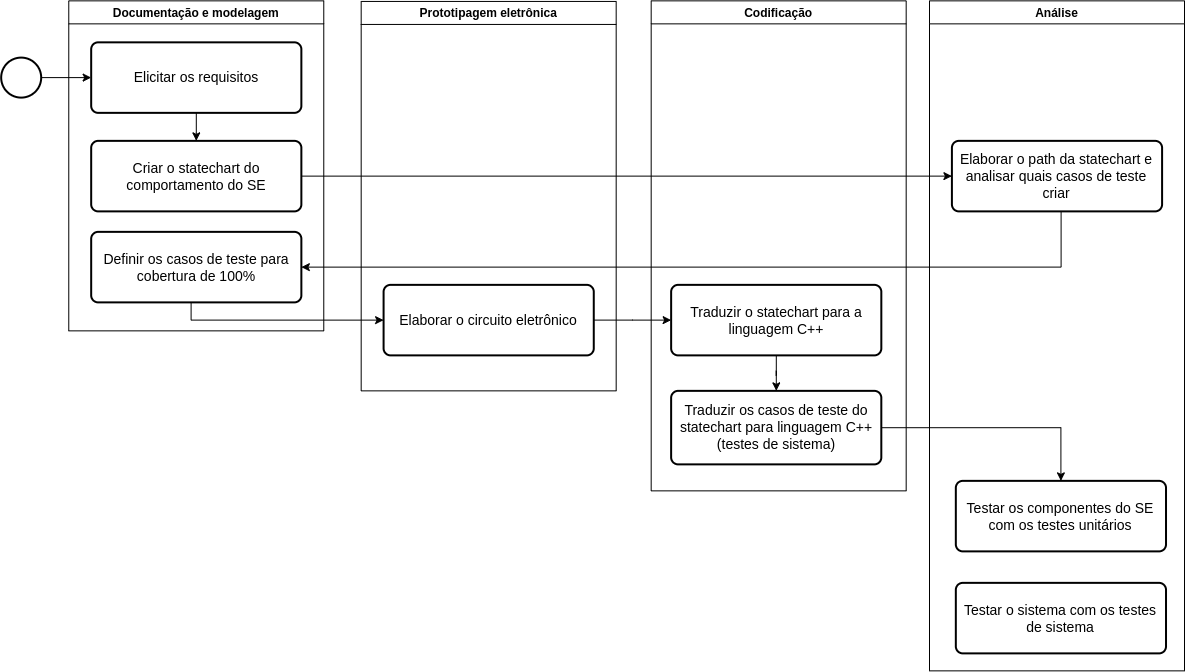
This is assets/metodologia-guimaraes.png from guimaraaes/cutes, a draw.io export, as it was before one commit. Source tidied: cells renumbered, new cells last; positions are measured from the earlier drawing's top-left corner, leaving out a move shared by most shapes.
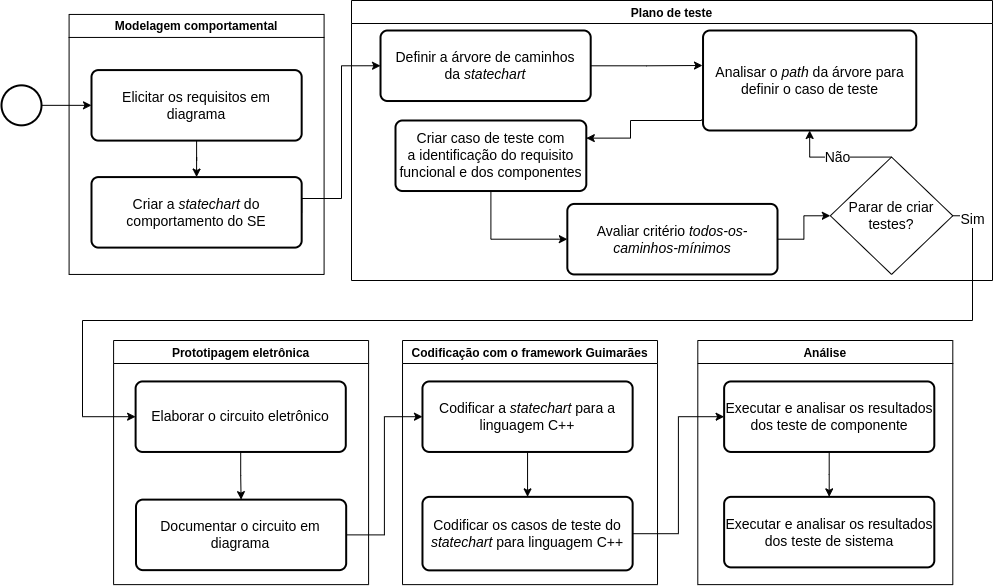
After the commit.

Change to the diagram source:
```diff
@@ -2,79 +2,133 @@
   <root>
     <mxCell id="0" />
     <mxCell id="1" parent="0" />
-    <mxCell id="2" style="edgeStyle=orthogonalEdgeStyle;rounded=0;jettySize=auto;html=1;entryX=0;entryY=0.5;entryDx=0;entryDy=0;" parent="1" edge="1" source="3" target="11">
+    <mxCell id="2" style="edgeStyle=orthogonalEdgeStyle;rounded=0;jettySize=auto;html=1;entryX=0;entryY=0.5;entryDx=0;entryDy=0;" parent="1" edge="1" source="3" target="9">
       <mxGeometry relative="1" as="geometry" />
     </mxCell>
     <mxCell id="3" style="strokeWidth=2;html=1;shape=mxgraph.flowchart.start_2;whiteSpace=wrap;fontSize=14;" parent="1" vertex="1">
       <mxGeometry x="-0.3" y="57.1" width="40" height="40" as="geometry" />
     </mxCell>
-    <mxCell id="4" value="Testar os componentes do SE com os testes unitários" style="rounded=1;whiteSpace=wrap;html=1;absoluteArcSize=1;arcSize=14;strokeWidth=2;fontSize=14;" parent="1" vertex="1">
-      <mxGeometry x="954.3" y="480.4" width="210.2" height="70.5" as="geometry" />
+    <mxCell id="4" style="edgeStyle=orthogonalEdgeStyle;rounded=0;jettySize=auto;html=1;entryX=0;entryY=0.5;entryDx=0;entryDy=0;" parent="1" edge="1" source="5" target="14">
+      <mxGeometry relative="1" as="geometry" />
     </mxCell>
-    <mxCell id="5" style="edgeStyle=orthogonalEdgeStyle;rounded=0;jettySize=auto;html=1;entryX=0.5;entryY=0;entryDx=0;entryDy=0;" parent="1" edge="1" source="6" target="4">
-      <mxGeometry relative="1" as="geometry" />
+    <mxCell id="5" value="Codificar&amp;nbsp;os casos de teste do &lt;i&gt;statechart&lt;/i&gt; para linguagem C++" style="rounded=1;whiteSpace=wrap;html=1;absoluteArcSize=1;arcSize=14;strokeWidth=2;fontSize=14;" parent="1" vertex="1">
+      <mxGeometry x="420.7" y="468.7" width="210.2" height="73.5" as="geometry" />
     </mxCell>
-    <mxCell id="6" value="Traduzir os casos de teste do statechart para linguagem C++ (testes de sistema)" style="rounded=1;whiteSpace=wrap;html=1;absoluteArcSize=1;arcSize=14;strokeWidth=2;fontSize=14;" parent="1" vertex="1">
-      <mxGeometry x="669.6" y="390.4" width="210.2" height="73.5" as="geometry" />
+    <mxCell id="6" style="edgeStyle=orthogonalEdgeStyle;rounded=0;jettySize=auto;html=1;" parent="1" edge="1" source="12" target="5">
+      <mxGeometry relative="1" as="geometry" />
     </mxCell>
-    <mxCell id="7" style="edgeStyle=orthogonalEdgeStyle;rounded=0;jettySize=auto;html=1;" parent="1" edge="1" source="8" target="6">
-      <mxGeometry relative="1" as="geometry" />
+    <mxCell id="7" value="Modelagem comportamental" style="swimlane;fontColor=none;" parent="1" vertex="1">
+      <mxGeometry x="67.3" y="-13.8" width="255" height="260" as="geometry" />
     </mxCell>
-    <mxCell id="8" value="Traduzir o statechart para a linguagem C++" style="rounded=1;whiteSpace=wrap;html=1;absoluteArcSize=1;arcSize=14;strokeWidth=2;fontSize=14;" parent="1" vertex="1">
-      <mxGeometry x="669.6" y="284.4" width="210.2" height="70.5" as="geometry" />
+    <mxCell id="8" style="edgeStyle=orthogonalEdgeStyle;rounded=0;jettySize=auto;html=1;entryX=0.5;entryY=0;entryDx=0;entryDy=0;" parent="7" edge="1" source="9" target="10">
+      <mxGeometry relative="1" as="geometry" />
     </mxCell>
-    <mxCell id="9" value="Documentação e modelagem" style="swimlane;fontColor=none;" parent="1" vertex="1">
-      <mxGeometry x="67.3" y="0.4" width="255" height="330" as="geometry" />
+    <mxCell id="9" value="&lt;font style=&quot;font-size: 14px;&quot;&gt;Elicitar os requisitos em diagrama&lt;/font&gt;" style="rounded=1;whiteSpace=wrap;html=1;absoluteArcSize=1;arcSize=14;strokeWidth=2;fontSize=14;" parent="7" vertex="1">
+      <mxGeometry x="22.4" y="55.6" width="210.2" height="70.5" as="geometry" />
     </mxCell>
-    <mxCell id="10" style="edgeStyle=orthogonalEdgeStyle;rounded=0;jettySize=auto;html=1;entryX=0.5;entryY=0;entryDx=0;entryDy=0;" parent="9" edge="1" source="11" target="12">
-      <mxGeometry relative="1" as="geometry" />
+    <mxCell id="10" value="Criar a&amp;nbsp;&lt;i&gt;statechart&lt;/i&gt; do comportamento do SE" style="rounded=1;whiteSpace=wrap;html=1;absoluteArcSize=1;arcSize=14;strokeWidth=2;fontSize=14;" parent="7" vertex="1">
+      <mxGeometry x="22.4" y="162.6" width="210.2" height="70.5" as="geometry" />
     </mxCell>
-    <mxCell id="11" value="&lt;font style=&quot;font-size: 14px;&quot;&gt;Elicitar os requisitos&lt;/font&gt;" style="rounded=1;whiteSpace=wrap;html=1;absoluteArcSize=1;arcSize=14;strokeWidth=2;fontSize=14;" parent="9" vertex="1">
-      <mxGeometry x="22.4" y="41.5" width="210.2" height="70.5" as="geometry" />
+    <mxCell id="11" value="Codificação com o framework Guimarães" style="swimlane;fontColor=none;startSize=23;" parent="1" vertex="1">
+      <mxGeometry x="400.7" y="312.3" width="255" height="244.1" as="geometry" />
     </mxCell>
-    <mxCell id="12" value="Criar o statechart do comportamento do SE" style="rounded=1;whiteSpace=wrap;html=1;absoluteArcSize=1;arcSize=14;strokeWidth=2;fontSize=14;" parent="9" vertex="1">
-      <mxGeometry x="22.4" y="140" width="210.2" height="70.5" as="geometry" />
+    <mxCell id="12" value="Codificar a&amp;nbsp;&lt;i&gt;statechart&lt;/i&gt; para a linguagem C++" style="rounded=1;whiteSpace=wrap;html=1;absoluteArcSize=1;arcSize=14;strokeWidth=2;fontSize=14;" parent="11" vertex="1">
+      <mxGeometry x="19.9" y="40.9" width="210.2" height="70.5" as="geometry" />
     </mxCell>
-    <mxCell id="13" value="Definir os casos de teste para cobertura de 100%" style="rounded=1;whiteSpace=wrap;html=1;absoluteArcSize=1;arcSize=14;strokeWidth=2;fontSize=14;" parent="9" vertex="1">
-      <mxGeometry x="22.4" y="231" width="210.2" height="70.5" as="geometry" />
+    <mxCell id="13" value="Análise" style="swimlane;fontColor=none;startSize=23;" parent="1" vertex="1">
+      <mxGeometry x="696" y="312.3" width="255" height="244.1" as="geometry" />
     </mxCell>
-    <mxCell id="14" value="Codificação" style="swimlane;fontColor=none;startSize=23;" parent="1" vertex="1">
-      <mxGeometry x="649.7" y="0.4" width="255" height="490" as="geometry" />
+    <mxCell id="14" value="Executar e analisar os resultados dos teste de componente" style="rounded=1;whiteSpace=wrap;html=1;absoluteArcSize=1;arcSize=14;strokeWidth=2;fontSize=14;" parent="13" vertex="1">
+      <mxGeometry x="26.3" y="40.9" width="210.2" height="70.5" as="geometry" />
     </mxCell>
-    <mxCell id="15" value="Análise" style="swimlane;fontColor=none;startSize=23;" parent="1" vertex="1">
-      <mxGeometry x="928" y="0.4" width="255" height="670" as="geometry" />
+    <mxCell id="15" value="Executar e analisar os resultados dos teste de sistema" style="rounded=1;whiteSpace=wrap;html=1;absoluteArcSize=1;arcSize=14;strokeWidth=2;fontSize=14;" parent="13" vertex="1">
+      <mxGeometry x="26.3" y="156.4" width="210.2" height="70.5" as="geometry" />
     </mxCell>
-    <mxCell id="16" value="Prototipagem eletrônica" style="swimlane;fontColor=none;startSize=23;" parent="1" vertex="1">
-      <mxGeometry x="359.7" y="0.9" width="255" height="389.4" as="geometry" />
+    <mxCell id="16" style="edgeStyle=orthogonalEdgeStyle;rounded=0;jettySize=auto;html=1;entryX=0.5;entryY=0;entryDx=0;entryDy=0;" parent="13" edge="1" source="14" target="15">
+      <mxGeometry relative="1" as="geometry" />
     </mxCell>
-    <mxCell id="17" value="Elaborar o circuito eletrônico" style="rounded=1;whiteSpace=wrap;html=1;absoluteArcSize=1;arcSize=14;strokeWidth=2;fontSize=14;" parent="16" vertex="1">
-      <mxGeometry x="22.4" y="283.4" width="210.2" height="70.5" as="geometry" />
+    <mxCell id="17" value="Prototipagem eletrônica" style="swimlane;fontColor=none;startSize=23;" parent="1" vertex="1">
+      <mxGeometry x="111.8" y="312.3" width="255" height="244.1" as="geometry" />
     </mxCell>
-    <mxCell id="18" style="edgeStyle=orthogonalEdgeStyle;rounded=0;jettySize=auto;html=1;entryX=1;entryY=0.5;entryDx=0;entryDy=0;" parent="1" edge="1" source="19" target="13">
-      <mxGeometry relative="1" as="geometry">
-        <Array as="points">
-          <mxPoint x="1059.7" y="266.4" />
-        </Array>
-      </mxGeometry>
+    <mxCell id="18" style="edgeStyle=orthogonalEdgeStyle;rounded=0;jettySize=auto;html=1;" parent="17" edge="1" source="19" target="20">
+      <mxGeometry relative="1" as="geometry" />
     </mxCell>
-    <mxCell id="19" value="Elaborar o path da statechart e analisar quais casos de teste criar" style="rounded=1;whiteSpace=wrap;html=1;absoluteArcSize=1;arcSize=14;strokeWidth=2;fontSize=14;" parent="1" vertex="1">
-      <mxGeometry x="950.4" y="140.4" width="210.2" height="70.5" as="geometry" />
+    <mxCell id="19" value="Elaborar o circuito eletrônico" style="rounded=1;whiteSpace=wrap;html=1;absoluteArcSize=1;arcSize=14;strokeWidth=2;fontSize=14;" parent="17" vertex="1">
+      <mxGeometry x="22" y="40.9" width="210.2" height="70.5" as="geometry" />
     </mxCell>
-    <mxCell id="20" style="edgeStyle=orthogonalEdgeStyle;rounded=0;jettySize=auto;html=1;" parent="1" edge="1" source="12" target="19">
-      <mxGeometry relative="1" as="geometry" />
+    <mxCell id="20" value="Documentar o circuito em diagrama" style="rounded=1;whiteSpace=wrap;html=1;absoluteArcSize=1;arcSize=14;strokeWidth=2;fontSize=14;" parent="17" vertex="1">
+      <mxGeometry x="22.4" y="159.1" width="210.2" height="70.5" as="geometry" />
     </mxCell>
-    <mxCell id="21" style="edgeStyle=orthogonalEdgeStyle;rounded=0;jettySize=auto;html=1;entryX=0;entryY=0.5;entryDx=0;entryDy=0;" parent="1" edge="1" source="13" target="17">
-      <mxGeometry relative="1" as="geometry">
-        <Array as="points">
-          <mxPoint x="189.7" y="319.4" />
-        </Array>
-      </mxGeometry>
+    <mxCell id="21" style="edgeStyle=orthogonalEdgeStyle;rounded=0;jettySize=auto;html=1;entryX=0;entryY=0.5;entryDx=0;entryDy=0;exitX=1;exitY=0.5;exitDx=0;exitDy=0;" parent="1" edge="1" source="20" target="12">
+      <mxGeometry relative="1" as="geometry" />
     </mxCell>
-    <mxCell id="22" style="edgeStyle=orthogonalEdgeStyle;rounded=0;jettySize=auto;html=1;entryX=0;entryY=0.5;entryDx=0;entryDy=0;" parent="1" edge="1" source="17" target="8">
-      <mxGeometry relative="1" as="geometry" />
+    <mxCell id="22" value="Plano de teste" style="swimlane;fontColor=none;" parent="1" vertex="1">
+      <mxGeometry x="349.7" y="-27.7" width="641" height="280" as="geometry" />
     </mxCell>
-    <mxCell id="23" value="Testar o sistema com os testes de sistema" style="rounded=1;whiteSpace=wrap;html=1;absoluteArcSize=1;arcSize=14;strokeWidth=2;fontSize=14;" parent="1" vertex="1">
-      <mxGeometry x="954.3" y="582.4" width="210.2" height="70.5" as="geometry" />
+    <mxCell id="23" style="edgeStyle=orthogonalEdgeStyle;rounded=0;orthogonalLoop=1;jettySize=auto;html=1;entryX=0.5;entryY=0;entryDx=0;entryDy=0;" parent="22" edge="1">
+      <mxGeometry relative="1" as="geometry">
+        <mxPoint x="127.5" y="140" as="targetPoint" />
+      </mxGeometry>
     </mxCell>
+    <mxCell id="24" value="Avaliar critério &lt;i&gt;todos-os-caminhos-mínimos&lt;/i&gt;" style="rounded=1;whiteSpace=wrap;html=1;absoluteArcSize=1;arcSize=14;strokeWidth=2;fontSize=14;" parent="22" vertex="1">
+      <mxGeometry x="215.8" y="203.4" width="210.2" height="70.5" as="geometry" />
+    </mxCell>
+    <mxCell id="25" value="Definir a árvore de caminhos da&amp;nbsp;&lt;i&gt;statechart&lt;/i&gt;" style="rounded=1;whiteSpace=wrap;html=1;absoluteArcSize=1;arcSize=14;strokeWidth=2;fontSize=14;" parent="22" vertex="1">
+      <mxGeometry x="29" y="30" width="210.2" height="70.5" as="geometry" />
+    </mxCell>
+    <mxCell id="26" value="&lt;font style=&quot;font-size: 14px;&quot;&gt;Parar de criar testes?&lt;/font&gt;" style="rhombus;whiteSpace=wrap;html=1;" parent="22" vertex="1">
+      <mxGeometry x="478.8" y="156.6" width="122.5" height="117.4" as="geometry" />
+    </mxCell>
+    <mxCell id="27" style="edgeStyle=orthogonalEdgeStyle;rounded=0;jettySize=auto;html=1;entryX=0;entryY=0.5;entryDx=0;entryDy=0;" parent="22" edge="1" source="24" target="26">
+      <mxGeometry relative="1" as="geometry" />
+    </mxCell>
+    <mxCell id="28" value="Analisar o &lt;i&gt;path&lt;/i&gt; da árvore&lt;i&gt;&amp;nbsp;&lt;/i&gt;para definir o caso de teste" style="rounded=1;whiteSpace=wrap;html=1;absoluteArcSize=1;arcSize=14;strokeWidth=2;fontSize=14;" parent="22" vertex="1">
+      <mxGeometry x="351.5" y="30" width="213.2" height="100" as="geometry" />
+    </mxCell>
+    <mxCell id="29" style="edgeStyle=orthogonalEdgeStyle;rounded=0;jettySize=auto;html=1;" parent="22" edge="1" source="25">
+      <mxGeometry relative="1" as="geometry">
+        <mxPoint x="351" y="65" as="targetPoint" />
+      </mxGeometry>
+    </mxCell>
+    <mxCell id="30" value="&lt;font style=&quot;font-size: 14px;&quot;&gt;Não&lt;/font&gt;" style="edgeStyle=orthogonalEdgeStyle;rounded=0;jettySize=auto;html=1;exitX=0.5;exitY=0;exitDx=0;exitDy=0;entryX=0.5;entryY=1;entryDx=0;entryDy=0;" parent="22" edge="1" source="26" target="28">
+      <mxGeometry relative="1" as="geometry">
+        <Array as="points">
+          <mxPoint x="457.8" y="157" />
+        </Array>
+      </mxGeometry>
+    </mxCell>
+    <mxCell id="31" style="edgeStyle=orthogonalEdgeStyle;rounded=0;jettySize=auto;html=1;exitX=0.5;exitY=1;exitDx=0;exitDy=0;entryX=0;entryY=0.5;entryDx=0;entryDy=0;" parent="22" edge="1" source="32" target="24">
+      <mxGeometry relative="1" as="geometry" />
+    </mxCell>
+    <mxCell id="32" value="Criar caso de teste com a&amp;nbsp;identificação do requisito funcional e dos componentes" style="rounded=1;whiteSpace=wrap;html=1;absoluteArcSize=1;arcSize=14;strokeWidth=2;fontSize=14;" parent="22" vertex="1">
+      <mxGeometry x="44" y="120" width="190.8" height="70.5" as="geometry" />
+    </mxCell>
+    <mxCell id="33" style="edgeStyle=orthogonalEdgeStyle;rounded=0;jettySize=auto;html=1;entryX=1;entryY=0.25;entryDx=0;entryDy=0;exitX=-0.007;exitY=0.89;exitDx=0;exitDy=0;exitPerimeter=0;" parent="22" edge="1" source="28" target="32">
+      <mxGeometry relative="1" as="geometry">
+        <Array as="points">
+          <mxPoint x="350" y="120" />
+          <mxPoint x="279" y="120" />
+          <mxPoint x="279" y="138" />
+        </Array>
+      </mxGeometry>
+    </mxCell>
+    <mxCell id="34" style="edgeStyle=orthogonalEdgeStyle;rounded=0;jettySize=auto;html=1;entryX=0;entryY=0.5;entryDx=0;entryDy=0;exitX=1;exitY=0.5;exitDx=0;exitDy=0;" parent="1" edge="1" source="10" target="25">
+      <mxGeometry relative="1" as="geometry">
+        <Array as="points">
+          <mxPoint x="339.7" y="170.3" />
+          <mxPoint x="339.7" y="37.3" />
+        </Array>
+      </mxGeometry>
+    </mxCell>
+    <mxCell id="35" value="&lt;font style=&quot;font-size: 14px;&quot;&gt;Sim&lt;/font&gt;" style="edgeStyle=orthogonalEdgeStyle;rounded=0;jettySize=auto;html=1;exitX=1;exitY=0.5;exitDx=0;exitDy=0;entryX=0;entryY=0.5;entryDx=0;entryDy=0;" parent="1" edge="1" source="26" target="19">
+      <mxGeometry x="-0.96" relative="1" as="geometry">
+        <Array as="points">
+          <mxPoint x="970.7" y="187.3" />
+          <mxPoint x="970.7" y="292.3" />
+          <mxPoint x="80.7" y="292.3" />
+          <mxPoint x="80.7" y="388.3" />
+        </Array>
+      </mxGeometry>
+    </mxCell>
   </root>
 </mxGraphModel>
```
